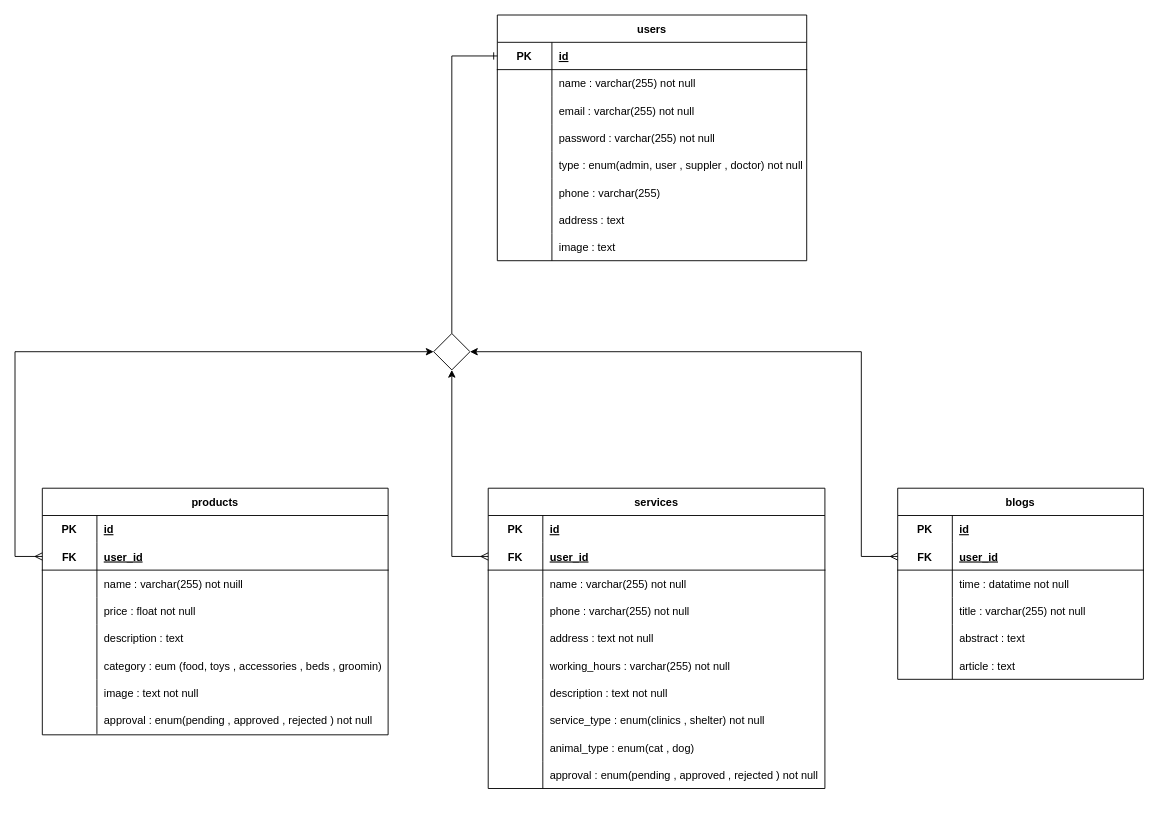
Before: page "Schema" (2 of 2) of Diagrams/requirements.drawio in khaledfathi/islam_API, a draw.io diagram. Source tidied: cells renumbered, new cells numbered last; positions are measured from the earlier drawing's top-left corner, leaving out a move shared by most shapes. Both pictures are drawn from the tidied source at 91%, with x=0, y=0 at pixel (15, 15).
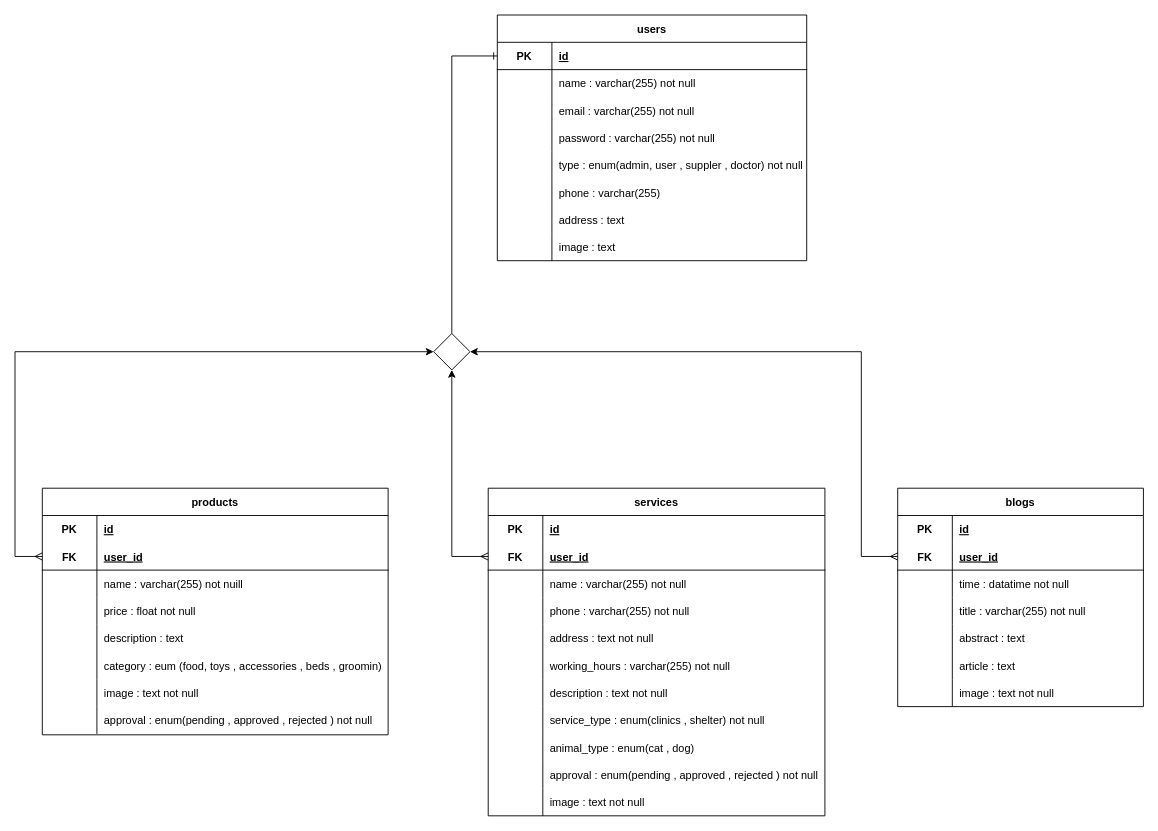
The same page after the edit.

Diff of the diagram source:
```diff
@@
     <mxCell id="27" value="services" style="shape=table;startSize=30;childLayout=tableLayout;rowLines=0;fontStyle=1;align=center;" parent="1" vertex="1">
-      <mxGeometry x="520" y="520" width="370" height="330" as="geometry" />
+      <mxGeometry x="520" y="520" width="370" height="360" as="geometry" />
     </mxCell>
@@
+    <mxCell id="107" style="shape=tableRow;horizontal=0;startSize=0;swimlaneHead=0;swimlaneBody=0;fillColor=none;top=0;left=0;right=0;bottom=0;" parent="27" vertex="1">
+      <mxGeometry y="330" width="370" height="30" as="geometry" />
+    </mxCell>
+    <mxCell id="108" style="shape=partialRectangle;fillColor=none;top=0;left=0;bottom=0;right=0;overflow=hidden;" parent="107" vertex="1">
+      <mxGeometry width="60" height="30" as="geometry" />
+    </mxCell>
+    <mxCell id="109" value="image : text not null" style="shape=partialRectangle;fillColor=none;top=0;left=0;bottom=0;right=0;align=left;spacingLeft=6;overflow=hidden;" parent="107" vertex="1">
+      <mxGeometry x="60" width="310" height="30" as="geometry" />
+    </mxCell>
@@
     <mxCell id="83" value="blogs" style="shape=table;startSize=30;childLayout=tableLayout;rowLines=0;fontStyle=1;align=center;" parent="1" vertex="1">
-      <mxGeometry x="970" y="520" width="270" height="210" as="geometry" />
+      <mxGeometry x="970" y="520" width="270" height="240" as="geometry" />
     </mxCell>
@@
+    <mxCell id="110" style="shape=tableRow;horizontal=0;startSize=0;swimlaneHead=0;swimlaneBody=0;fillColor=none;top=0;left=0;right=0;bottom=0;" parent="83" vertex="1">
+      <mxGeometry y="210" width="270" height="30" as="geometry" />
+    </mxCell>
+    <mxCell id="111" style="shape=partialRectangle;fillColor=none;top=0;left=0;bottom=0;right=0;overflow=hidden;" parent="110" vertex="1">
+      <mxGeometry width="60" height="30" as="geometry" />
+    </mxCell>
+    <mxCell id="112" value="image : text not null" style="shape=partialRectangle;fillColor=none;top=0;left=0;bottom=0;right=0;align=left;spacingLeft=6;overflow=hidden;" parent="110" vertex="1">
+      <mxGeometry x="60" width="210" height="30" as="geometry" />
+    </mxCell>
```
